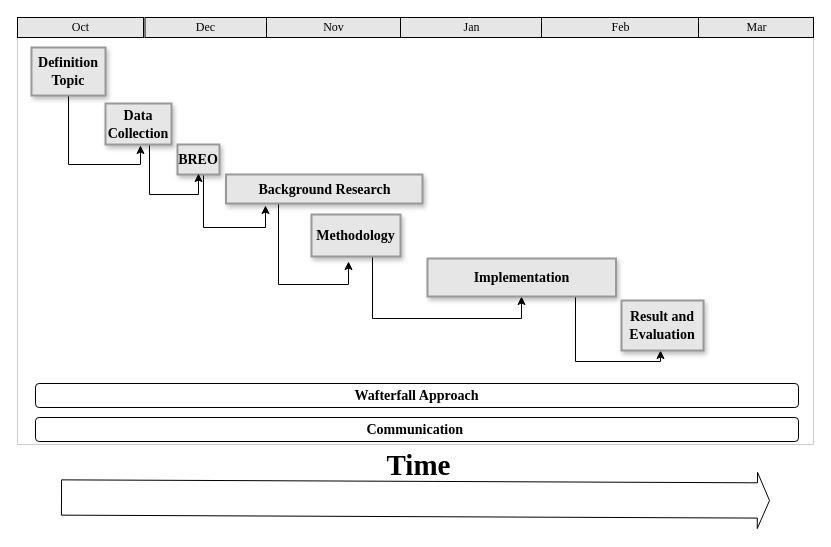
Above: gantt.drawio in 347115683/Diagram (draw.io), before the change. Source tidied: cells renumbered, new cells numbered last; positions are measured from the earlier drawing's top-left corner, leaving out a move shared by most shapes. Both pictures are drawn from the tidied source at 100%, with x=0, y=0 at pixel (17, 17).
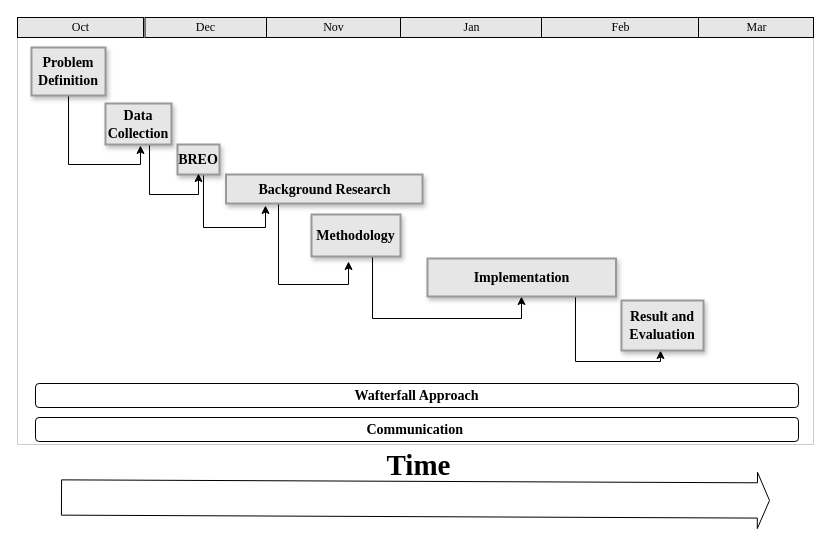
The same page after the edit.

Diff of the diagram source:
```diff
@@
-    <mxCell id="10" value="&lt;b&gt;&lt;font face=&quot;Times New Roman&quot;&gt;Definition &lt;br&gt;Topic&lt;/font&gt;&lt;/b&gt;" style="whiteSpace=wrap;html=1;strokeWidth=2;fillColor=#E6E6E6;gradientColor=none;fontSize=14;align=center;strokeColor=#999999;shadow=1;" parent="1" vertex="1">
+    <mxCell id="10" value="&lt;b&gt;&lt;font face=&quot;Times New Roman&quot;&gt;Problem Definition&lt;br&gt;&lt;/font&gt;&lt;/b&gt;" style="whiteSpace=wrap;html=1;strokeWidth=2;fillColor=#E6E6E6;gradientColor=none;fontSize=14;align=center;strokeColor=#999999;shadow=1;" parent="1" vertex="1">
       <mxGeometry x="14" y="30" width="74" height="48" as="geometry" />
     </mxCell>
```
